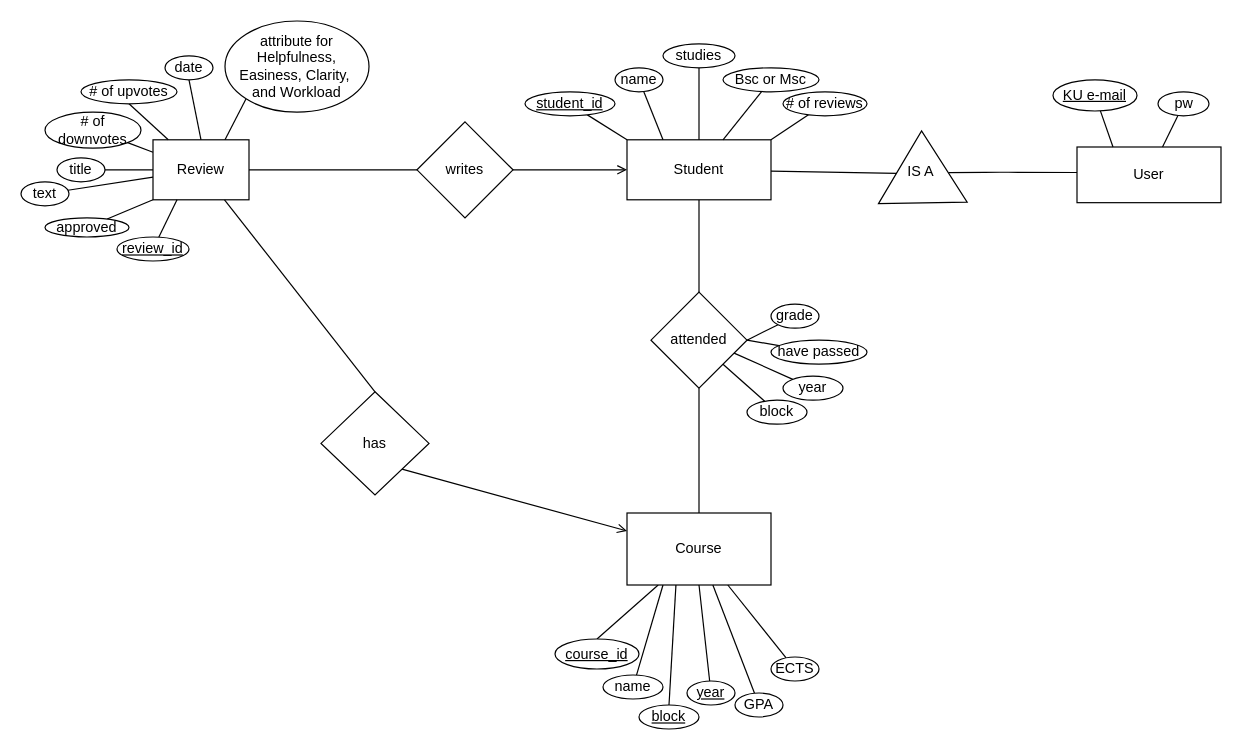
Before: er.drawio in linneasandersen/DIS_project, a draw.io diagram. Source tidied: cells renumbered, new cells numbered last; positions are measured from the earlier drawing's top-left corner, leaving out a move shared by most shapes. Both pictures are drawn from the tidied source at 120%, with x=0, y=0 at pixel (20, 20).
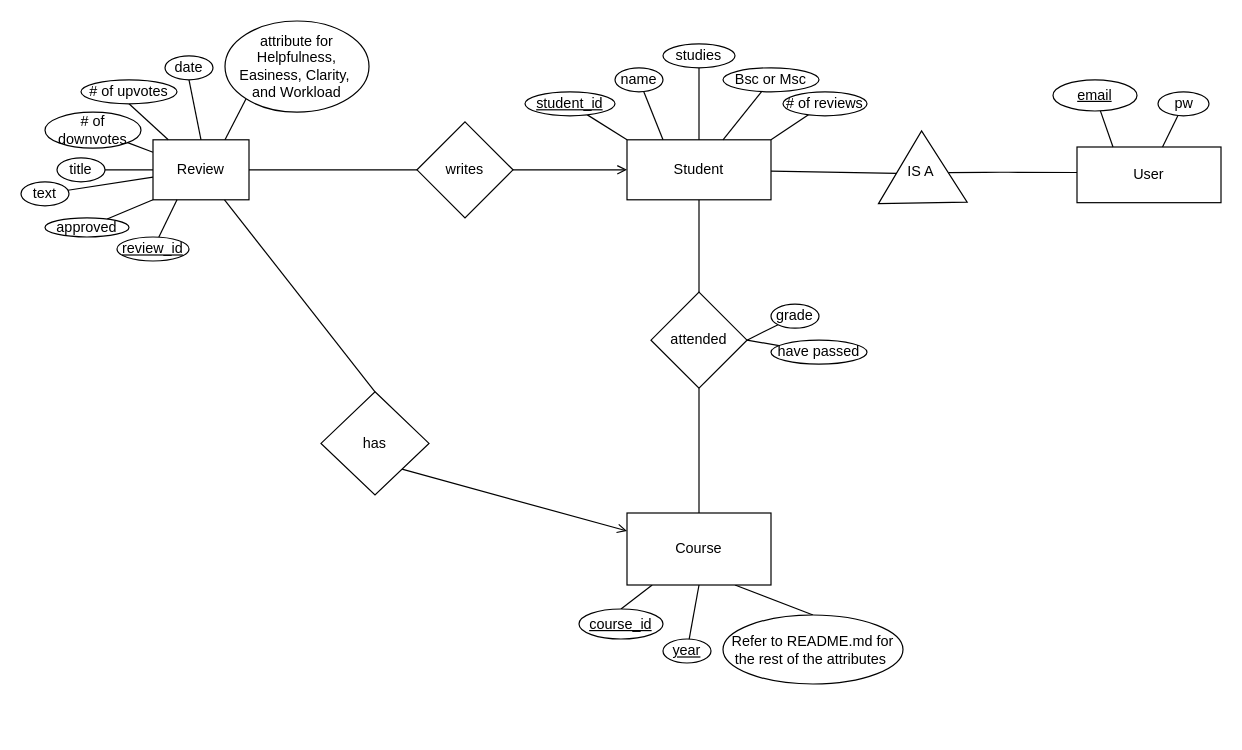
After the change.

Unchanged cells that the change refers to:
```xml
<mxCell id="10" value="attended" style="rhombus;whiteSpace=wrap;html=1;" parent="1" vertex="1">
  <mxGeometry x="525" y="226" width="80" height="80" as="geometry" />
</mxCell>
<mxCell id="18" value="Course" style="whiteSpace=wrap;html=1;" parent="1" vertex="1">
  <mxGeometry x="505" y="410" width="120" height="60" as="geometry" />
</mxCell>
```

Diff of the diagram source:
```diff
@@
     <mxCell id="5" value="&lt;u&gt;course_id&lt;/u&gt;" style="ellipse;whiteSpace=wrap;html=1;" parent="1" vertex="1">
-      <mxGeometry x="445" y="515" width="70" height="25" as="geometry" />
+      <mxGeometry x="465" y="490" width="70" height="25" as="geometry" />
     </mxCell>
@@
-    <mxCell id="9" style="edgeStyle=none;html=1;endArrow=none;endFill=0;exitX=0.854;exitY=0.629;exitDx=0;exitDy=0;exitPerimeter=0;" parent="1" edge="1" source="10" target="43">
-      <mxGeometry relative="1" as="geometry" />
-    </mxCell>
@@
-    <mxCell id="13" style="edgeStyle=none;html=1;entryX=0.25;entryY=1;entryDx=0;entryDy=0;endArrow=none;endFill=0;" parent="1" edge="1" source="17" target="18">
-      <mxGeometry relative="1" as="geometry" />
-    </mxCell>
-    <mxCell id="14" style="edgeStyle=none;html=1;exitX=0.5;exitY=0;exitDx=0;exitDy=0;entryX=0.34;entryY=0.993;entryDx=0;entryDy=0;entryPerimeter=0;endArrow=none;endFill=0;" parent="1" edge="1" source="15" target="18">
-      <mxGeometry relative="1" as="geometry" />
-    </mxCell>
-    <mxCell id="15" value="block" style="ellipse;whiteSpace=wrap;html=1;fontStyle=4;" parent="1" vertex="1">
-      <mxGeometry x="515" y="570" width="50" height="20" as="geometry" />
-    </mxCell>
@@
-    <mxCell id="17" value="name" style="ellipse;whiteSpace=wrap;html=1;" parent="1" vertex="1">
-      <mxGeometry x="485" y="545" width="50" height="20" as="geometry" />
-    </mxCell>
+    <mxCell id="70" style="edgeStyle=none;html=1;exitX=0.75;exitY=1;exitDx=0;exitDy=0;entryX=0.5;entryY=0;entryDx=0;entryDy=0;endArrow=none;endFill=0;" parent="1" edge="1" source="18" target="71">
+      <mxGeometry relative="1" as="geometry" />
+    </mxCell>
@@
     <mxCell id="19" value="year" style="ellipse;whiteSpace=wrap;html=1;fontStyle=4;" parent="1" vertex="1">
-      <mxGeometry x="555" y="550" width="40" height="20" as="geometry" />
+      <mxGeometry x="535" y="515" width="40" height="20" as="geometry" />
     </mxCell>
-    <mxCell id="20" style="edgeStyle=none;html=1;endArrow=none;endFill=0;" parent="1" edge="1" source="21" target="18">
-      <mxGeometry relative="1" as="geometry" />
-    </mxCell>
-    <mxCell id="21" value="GPA" style="ellipse;whiteSpace=wrap;html=1;" parent="1" vertex="1">
-      <mxGeometry x="595" y="560" width="40" height="20" as="geometry" />
-    </mxCell>
@@
-    <mxCell id="43" value="year" style="ellipse;whiteSpace=wrap;html=1;" parent="1" vertex="1">
-      <mxGeometry x="635" y="296" width="50" height="20" as="geometry" />
-    </mxCell>
-    <mxCell id="44" style="edgeStyle=none;html=1;entryX=1;entryY=1;entryDx=0;entryDy=0;endArrow=none;endFill=0;" parent="1" edge="1" source="45" target="10">
-      <mxGeometry relative="1" as="geometry" />
-    </mxCell>
-    <mxCell id="45" value="block" style="ellipse;whiteSpace=wrap;html=1;" parent="1" vertex="1">
-      <mxGeometry x="605" y="316" width="50" height="20" as="geometry" />
-    </mxCell>
@@
-    <mxCell id="67" value="&lt;u&gt;KU e-mail&lt;/u&gt;" style="ellipse;whiteSpace=wrap;html=1;" parent="1" vertex="1">
+    <mxCell id="67" value="&lt;u&gt;email&lt;/u&gt;" style="ellipse;whiteSpace=wrap;html=1;" parent="1" vertex="1">
       <mxGeometry x="860" y="49" width="70" height="26" as="geometry" />
     </mxCell>
-    <mxCell id="68" style="edgeStyle=none;html=1;endArrow=none;endFill=0;" parent="1" edge="1" source="69" target="18">
-      <mxGeometry relative="1" as="geometry" />
-    </mxCell>
-    <mxCell id="69" value="ECTS" style="ellipse;whiteSpace=wrap;html=1;" parent="1" vertex="1">
-      <mxGeometry x="625" y="530" width="40" height="20" as="geometry" />
-    </mxCell>
+    <mxCell id="71" value="Refer to README.md for the rest of the attributes&amp;nbsp;" style="ellipse;whiteSpace=wrap;html=1;" parent="1" vertex="1">
+      <mxGeometry x="585" y="495" width="150" height="57.5" as="geometry" />
+    </mxCell>
```
